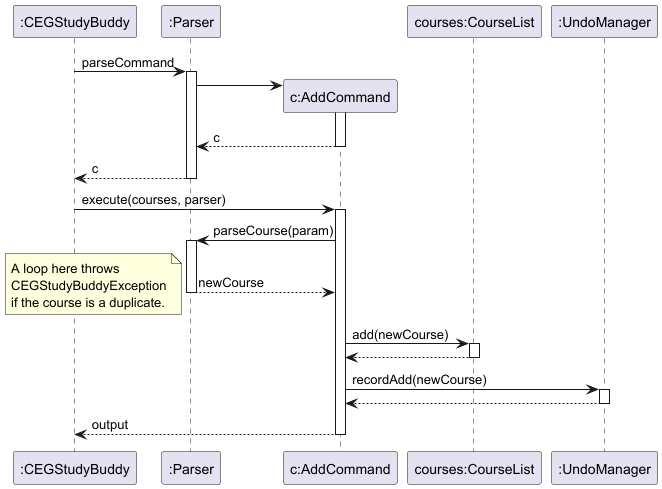
SahejAgarwal05/tp keeps this PlantUML diagram as docs/sequence_diagrams/AddCommandSequence.png. Above is the earlier version.
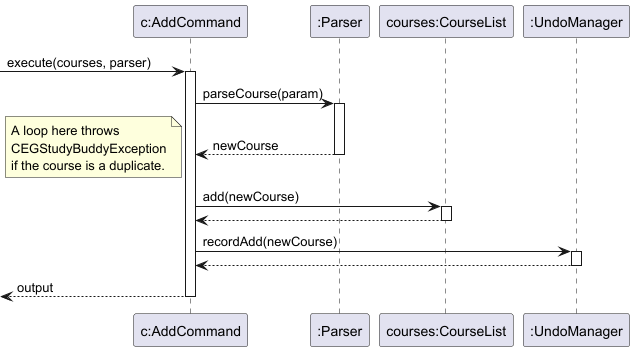
Above is the later version.

Diff of the diagram source:
```diff
@@ -1,15 +1,6 @@
 @startuml
 
-":CEGStudyBuddy" -> ":Parser": parseCommand
-activate ":Parser"
-":Parser" -> "c:AddCommand" **
-activate "c:AddCommand"
-"c:AddCommand" --> ":Parser" : c
-deactivate "c:AddCommand"
-":Parser" --> ":CEGStudyBuddy" : c
-deactivate ":Parser"
-
-":CEGStudyBuddy" -> "c:AddCommand" : execute(courses, parser)
+[-> "c:AddCommand" : execute(courses, parser)
 activate "c:AddCommand"
 
 "c:AddCommand" -> ":Parser": parseCourse(param)
@@ -33,7 +24,7 @@
 ":UndoManager" --> "c:AddCommand"
 deactivate ":UndoManager"
 
-":CEGStudyBuddy" <-- "c:AddCommand" : output
+[<-- "c:AddCommand" : output
 deactivate "c:AddCommand"
 
 @enduml
```
